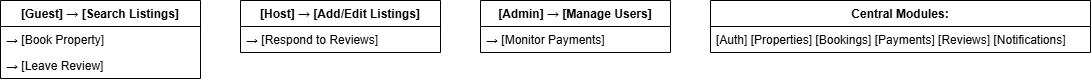
Before: features-and-functionalities/features-and-functionalities.png, a diagram exported from draw.io (Shantralee-58/alx-airbnb-project-documentation). Source tidied: cells renumbered, new cells last; positions are measured from the earlier drawing's top-left corner, leaving out a move shared by most shapes.
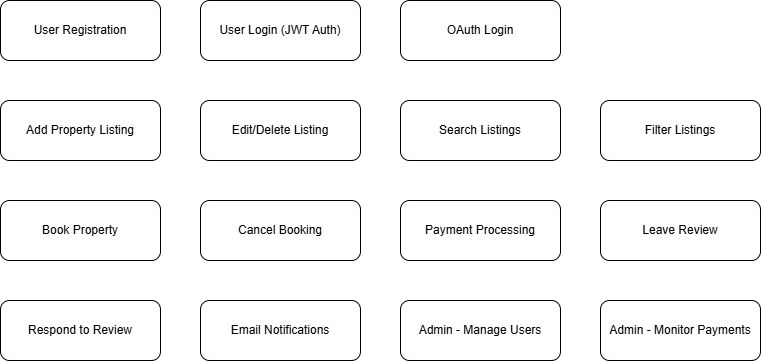
Later version of the same file.

Change to the diagram source:
```diff
@@ -2,32 +2,50 @@
   <root>
     <mxCell id="0" />
     <mxCell id="1" parent="0" />
-    <mxCell id="2" value="[Guest] → [Search Listings]" style="swimlane;fontStyle=1;horizontal=1;startSize=26;" parent="1" vertex="1">
-      <mxGeometry width="200" height="78" as="geometry" />
-    </mxCell>
-    <mxCell id="3" value="       → [Book Property]" style="text;strokeColor=none;fillColor=none;align=left;verticalAlign=top;spacingLeft=4;spacingRight=4;overflow=hidden;" parent="2" vertex="1">
-      <mxGeometry y="26" width="200" height="26" as="geometry" />
-    </mxCell>
-    <mxCell id="4" value="       → [Leave Review]" style="text;strokeColor=none;fillColor=none;align=left;verticalAlign=top;spacingLeft=4;spacingRight=4;overflow=hidden;" parent="2" vertex="1">
-      <mxGeometry y="52" width="200" height="26" as="geometry" />
-    </mxCell>
-    <mxCell id="5" value="[Host] → [Add/Edit Listings]" style="swimlane;fontStyle=1;horizontal=1;startSize=26;" parent="1" vertex="1">
-      <mxGeometry x="240" width="200" height="52" as="geometry" />
-    </mxCell>
-    <mxCell id="6" value="       → [Respond to Reviews]" style="text;strokeColor=none;fillColor=none;align=left;verticalAlign=top;spacingLeft=4;spacingRight=4;overflow=hidden;" parent="5" vertex="1">
-      <mxGeometry y="26" width="200" height="26" as="geometry" />
-    </mxCell>
-    <mxCell id="7" value="[Admin] → [Manage Users]" style="swimlane;fontStyle=1;horizontal=1;startSize=26;" parent="1" vertex="1">
-      <mxGeometry x="480" width="190" height="52" as="geometry" />
-    </mxCell>
-    <mxCell id="8" value="        → [Monitor Payments]" style="text;strokeColor=none;fillColor=none;align=left;verticalAlign=top;spacingLeft=4;spacingRight=4;overflow=hidden;" parent="7" vertex="1">
-      <mxGeometry y="26" width="190" height="26" as="geometry" />
-    </mxCell>
-    <mxCell id="9" value="Central Modules:" style="swimlane;fontStyle=1;horizontal=1;startSize=26;" parent="1" vertex="1">
-      <mxGeometry x="710" width="380" height="52" as="geometry" />
-    </mxCell>
-    <mxCell id="10" value="[Auth] [Properties] [Bookings] [Payments] [Reviews] [Notifications]" style="text;strokeColor=none;fillColor=none;align=left;verticalAlign=top;spacingLeft=4;spacingRight=4;overflow=hidden;" parent="9" vertex="1">
-      <mxGeometry y="26" width="380" height="26" as="geometry" />
-    </mxCell>
+    <mxCell id="11" value="User Registration" style="shape=rectangle;whiteSpace=wrap;html=1;rounded=1;" parent="1" vertex="1">
+      <mxGeometry x="150" y="-270" width="160" height="60" as="geometry" />
+    </mxCell>
+    <mxCell id="12" value="User Login (JWT Auth)" style="shape=rectangle;whiteSpace=wrap;html=1;rounded=1;" parent="1" vertex="1">
+      <mxGeometry x="350" y="-270" width="160" height="60" as="geometry" />
+    </mxCell>
+    <mxCell id="13" value="OAuth Login" style="shape=rectangle;whiteSpace=wrap;html=1;rounded=1;" parent="1" vertex="1">
+      <mxGeometry x="550" y="-270" width="160" height="60" as="geometry" />
+    </mxCell>
+    <mxCell id="14" value="Add Property Listing" style="shape=rectangle;whiteSpace=wrap;html=1;rounded=1;" parent="1" vertex="1">
+      <mxGeometry x="150" y="-170" width="160" height="60" as="geometry" />
+    </mxCell>
+    <mxCell id="15" value="Edit/Delete Listing" style="shape=rectangle;whiteSpace=wrap;html=1;rounded=1;" parent="1" vertex="1">
+      <mxGeometry x="350" y="-170" width="160" height="60" as="geometry" />
+    </mxCell>
+    <mxCell id="16" value="Search Listings" style="shape=rectangle;whiteSpace=wrap;html=1;rounded=1;" parent="1" vertex="1">
+      <mxGeometry x="550" y="-170" width="160" height="60" as="geometry" />
+    </mxCell>
+    <mxCell id="17" value="Filter Listings" style="shape=rectangle;whiteSpace=wrap;html=1;rounded=1;" parent="1" vertex="1">
+      <mxGeometry x="750" y="-170" width="160" height="60" as="geometry" />
+    </mxCell>
+    <mxCell id="18" value="Book Property" style="shape=rectangle;whiteSpace=wrap;html=1;rounded=1;" parent="1" vertex="1">
+      <mxGeometry x="150" y="-70" width="160" height="60" as="geometry" />
+    </mxCell>
+    <mxCell id="19" value="Cancel Booking" style="shape=rectangle;whiteSpace=wrap;html=1;rounded=1;" parent="1" vertex="1">
+      <mxGeometry x="350" y="-70" width="160" height="60" as="geometry" />
+    </mxCell>
+    <mxCell id="20" value="Payment Processing" style="shape=rectangle;whiteSpace=wrap;html=1;rounded=1;" parent="1" vertex="1">
+      <mxGeometry x="550" y="-70" width="160" height="60" as="geometry" />
+    </mxCell>
+    <mxCell id="21" value="Leave Review" style="shape=rectangle;whiteSpace=wrap;html=1;rounded=1;" parent="1" vertex="1">
+      <mxGeometry x="750" y="-70" width="160" height="60" as="geometry" />
+    </mxCell>
+    <mxCell id="22" value="Respond to Review" style="shape=rectangle;whiteSpace=wrap;html=1;rounded=1;" parent="1" vertex="1">
+      <mxGeometry x="150" y="30" width="160" height="60" as="geometry" />
+    </mxCell>
+    <mxCell id="23" value="Email Notifications" style="shape=rectangle;whiteSpace=wrap;html=1;rounded=1;" parent="1" vertex="1">
+      <mxGeometry x="350" y="30" width="160" height="60" as="geometry" />
+    </mxCell>
+    <mxCell id="24" value="Admin - Manage Users" style="shape=rectangle;whiteSpace=wrap;html=1;rounded=1;" parent="1" vertex="1">
+      <mxGeometry x="550" y="30" width="160" height="60" as="geometry" />
+    </mxCell>
+    <mxCell id="25" value="Admin - Monitor Payments" style="shape=rectangle;whiteSpace=wrap;html=1;rounded=1;" parent="1" vertex="1">
+      <mxGeometry x="750" y="30" width="160" height="60" as="geometry" />
+    </mxCell>
   </root>
 </mxGraphModel>
```
